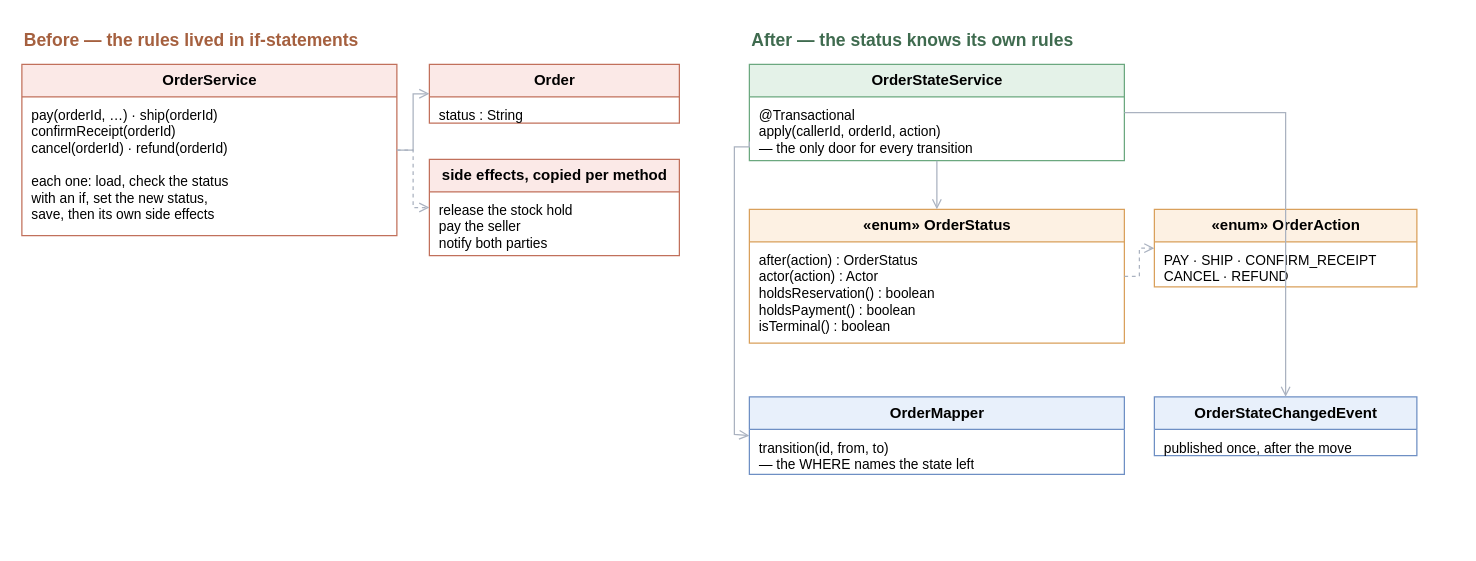
Above: docs/design-patterns/diagrams/M3-state-problem-solution-class.drawio in NUS-SE-34FT-GROUP4/c2cTradePlatform (draw.io), before the change. Source tidied: cells renumbered, new cells numbered last; positions are measured from the earlier drawing's top-left corner, leaving out a move shared by most shapes. Both pictures are drawn from the tidied source at 125%, with x=0, y=0 at pixel (21, 21).
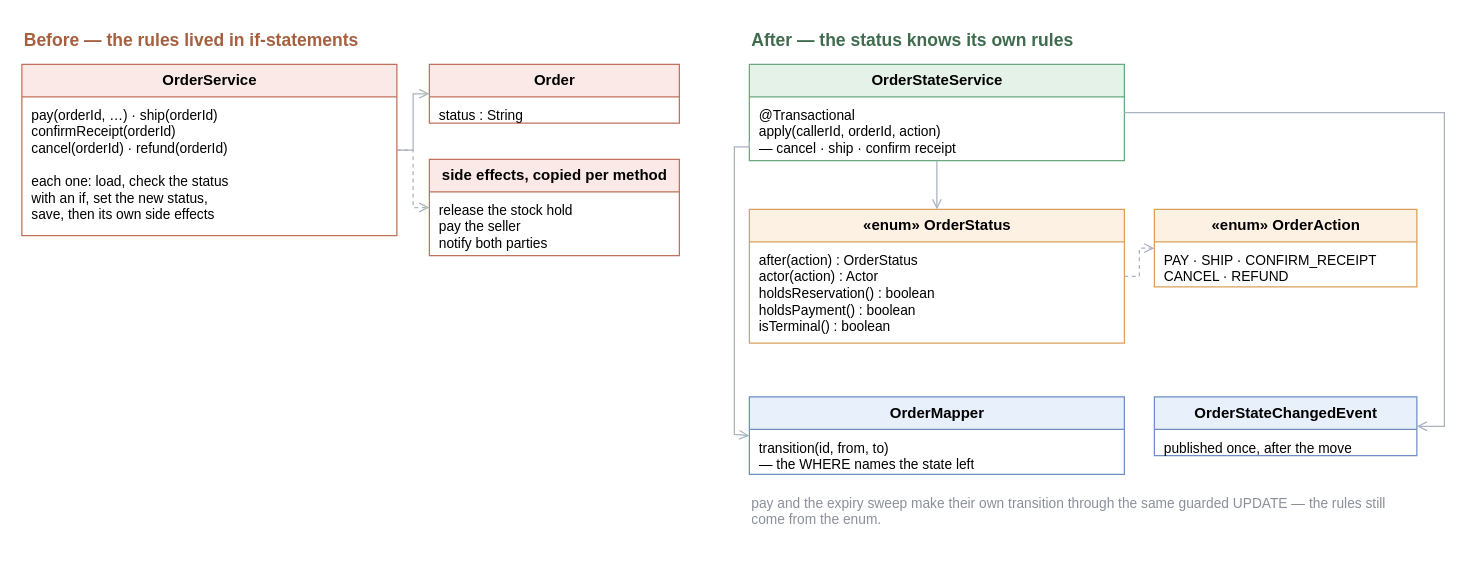
The same diagram, later.

The change refers to these unchanged cells:
```xml
<mxCell id="12" value="OrderStateService" style="swimlane;html=1;fontSize=12;fontStyle=1;startSize=26;fillColor=#E4F2E8;strokeColor=#6BA87F;align=center;" parent="1" vertex="1">
  <mxGeometry x="582" y="34" width="300" height="77" as="geometry" />
</mxCell>
<mxCell id="20" value="OrderStateChangedEvent" style="swimlane;html=1;fontSize=12;fontStyle=1;startSize=26;fillColor=#E8F0FB;strokeColor=#6E8FC4;align=center;" parent="1" vertex="1">
  <mxGeometry x="906" y="300" width="210" height="47" as="geometry" />
</mxCell>
```

What changed in the source:
```diff
@@
-    <mxCell id="13" value="@Transactional&#10;apply(callerId, orderId, action)&#10;— the only door for every transition" style="text;html=1;whiteSpace=wrap;overflow=hidden;fontSize=11;align=left;verticalAlign=top;spacingLeft=6;spacingTop=2;" parent="12" vertex="1">
+    <mxCell id="13" value="@Transactional&#10;apply(callerId, orderId, action)&#10;— cancel · ship · confirm receipt" style="text;html=1;whiteSpace=wrap;overflow=hidden;fontSize=11;align=left;verticalAlign=top;spacingLeft=6;spacingTop=2;" parent="12" vertex="1">
       <mxGeometry y="26" width="300" height="51" as="geometry" />
     </mxCell>
@@
+    <mxCell id="26" value="pay and the expiry sweep make their own transition through the same guarded UPDATE — the rules still come from the enum." style="text;html=1;whiteSpace=wrap;overflow=hidden;align=left;verticalAlign=top;fontSize=11;fontColor=#8A8F9A;" parent="1" vertex="1">
+      <mxGeometry x="582" y="372" width="534" height="40" as="geometry" />
+    </mxCell>
@@
-    <mxCell id="25" style="edgeStyle=orthogonalEdgeStyle;html=1;rounded=0;strokeColor=#AAB2C0;endArrow=open;exitX=1;exitY=0.5;entryX=0.5;entryY=0;" parent="1" edge="1" source="12" target="20">
-      <mxGeometry relative="1" as="geometry" />
+    <mxCell id="25" style="edgeStyle=orthogonalEdgeStyle;html=1;rounded=0;strokeColor=#AAB2C0;endArrow=open;exitX=1;exitY=0.5;entryX=1;entryY=0.5;" parent="1" edge="1" source="12" target="20">
+      <mxGeometry relative="1" as="geometry">
+        <Array as="points">
+          <mxPoint x="1138" y="72" />
+          <mxPoint x="1138" y="323" />
+        </Array>
+      </mxGeometry>
     </mxCell>
```
